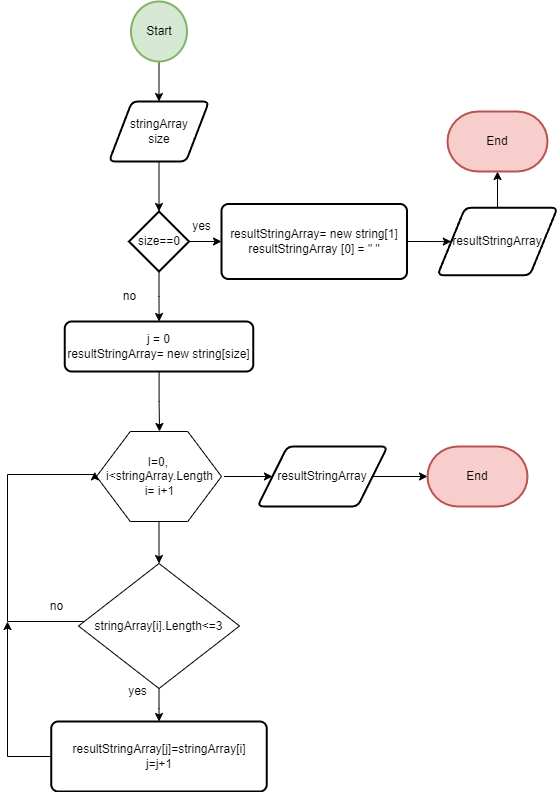
Earlier version of the draw.io export Second_flowchart.drawio.png (VladimirovMaxim/Final_Exam). Source tidied: cells renumbered, new cells last; positions are measured from the earlier drawing's top-left corner, leaving out a move shared by most shapes.
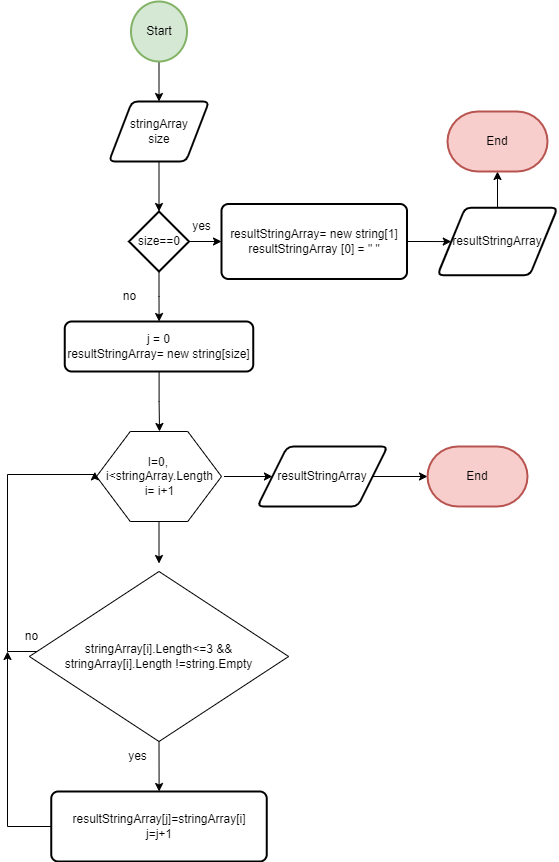
Later version of the same file.

Commit message:
Add condition stringArray != string.Empty into program and flowcharts

Change to the diagram source:
```diff
@@ -17,8 +17,10 @@
     <mxCell id="6" style="verticalLabelPosition=bottom;verticalAlign=top;html=1;shape=hexagon;perimeter=hexagonPerimeter2;arcSize=6;size=0.27;" parent="1" vertex="1">
       <mxGeometry x="89" y="430" width="125" height="90" as="geometry" />
     </mxCell>
-    <mxCell id="7" style="edgeStyle=orthogonalEdgeStyle;rounded=0;jettySize=auto;html=1;exitX=0.5;exitY=1;exitDx=0;exitDy=0;" parent="1" edge="1" source="6" target="12">
-      <mxGeometry relative="1" as="geometry" />
+    <mxCell id="7" style="edgeStyle=orthogonalEdgeStyle;rounded=0;jettySize=auto;html=1;exitX=0.5;exitY=1;exitDx=0;exitDy=0;" parent="1" edge="1" source="6">
+      <mxGeometry relative="1" as="geometry">
+        <mxPoint x="151.5" y="562" as="targetPoint" />
+      </mxGeometry>
     </mxCell>
     <mxCell id="8" style="edgeStyle=orthogonalEdgeStyle;rounded=0;jettySize=auto;html=1;" parent="1" edge="1" source="9" target="18">
       <mxGeometry relative="1" as="geometry" />
@@ -26,34 +28,35 @@
     <mxCell id="9" value="I=0, &lt;br&gt;i&amp;lt;stringArray.Length&lt;br&gt;i= i+1" style="text;html=1;align=center;verticalAlign=middle;points=[];strokeColor=none;fillColor=none;" parent="1" vertex="1">
       <mxGeometry x="86.5" y="445" width="130" height="60" as="geometry" />
     </mxCell>
-    <mxCell id="10" style="edgeStyle=orthogonalEdgeStyle;rounded=0;jettySize=auto;html=1;" parent="1" edge="1" source="12" target="14">
-      <mxGeometry relative="1" as="geometry" />
+    <mxCell id="10" style="edgeStyle=orthogonalEdgeStyle;rounded=0;jettySize=auto;html=1;" parent="1" edge="1" target="14">
+      <mxGeometry relative="1" as="geometry">
+        <mxPoint x="151.5" y="687" as="sourcePoint" />
+      </mxGeometry>
     </mxCell>
-    <mxCell id="11" style="edgeStyle=orthogonalEdgeStyle;rounded=0;jettySize=auto;html=1;entryX=0.006;entryY=0.422;entryDx=0;entryDy=0;entryPerimeter=0;" parent="1" edge="1" source="12" target="9">
+    <mxCell id="11" style="edgeStyle=orthogonalEdgeStyle;rounded=0;jettySize=auto;html=1;entryX=0.006;entryY=0.422;entryDx=0;entryDy=0;entryPerimeter=0;" parent="1" edge="1" target="9">
       <mxGeometry relative="1" as="geometry">
+        <mxPoint x="76.8" y="620" as="sourcePoint" />
         <Array as="points">
-          <mxPoint y="620" />
+          <mxPoint x="77" y="650" />
+          <mxPoint y="650" />
           <mxPoint y="473" />
           <mxPoint x="87" y="473" />
         </Array>
       </mxGeometry>
     </mxCell>
-    <mxCell id="12" value="stringArray[i].Length&amp;lt;=3" style="rhombus;whiteSpace=wrap;html=1;" parent="1" vertex="1">
-      <mxGeometry x="71" y="562" width="161" height="125" as="geometry" />
-    </mxCell>
     <mxCell id="13" style="edgeStyle=orthogonalEdgeStyle;rounded=0;jettySize=auto;html=1;" parent="1" edge="1" source="14">
       <mxGeometry relative="1" as="geometry">
-        <mxPoint y="620" as="targetPoint" />
+        <mxPoint y="650" as="targetPoint" />
       </mxGeometry>
     </mxCell>
     <mxCell id="14" value="resultStringArray[j]=stringArray[i]&lt;br&gt;j=j+1" style="rounded=1;whiteSpace=wrap;html=1;absoluteArcSize=1;arcSize=14;strokeWidth=2;" parent="1" vertex="1">
-      <mxGeometry x="43.8" y="720" width="215.5" height="70" as="geometry" />
+      <mxGeometry x="43.8" y="790" width="215.5" height="70" as="geometry" />
     </mxCell>
     <mxCell id="15" value="no" style="text;html=1;align=center;verticalAlign=middle;strokeColor=none;fillColor=none;" parent="1" vertex="1">
-      <mxGeometry x="28.5" y="590" width="40" height="30" as="geometry" />
+      <mxGeometry x="3.8" y="620" width="40" height="30" as="geometry" />
     </mxCell>
     <mxCell id="16" value="yes" style="text;html=1;align=center;verticalAlign=middle;strokeColor=none;fillColor=none;" parent="1" vertex="1">
-      <mxGeometry x="110" y="675" width="40" height="30" as="geometry" />
+      <mxGeometry x="110" y="740" width="40" height="30" as="geometry" />
     </mxCell>
     <mxCell id="17" style="edgeStyle=orthogonalEdgeStyle;rounded=0;jettySize=auto;html=1;" parent="1" edge="1" source="18" target="19">
       <mxGeometry relative="1" as="geometry" />
@@ -102,5 +105,8 @@
     <mxCell id="31" value="j = 0&lt;br&gt;resultStringArray= new string[size]" style="rounded=1;whiteSpace=wrap;html=1;absoluteArcSize=1;arcSize=14;strokeWidth=2;" parent="1" vertex="1">
       <mxGeometry x="57.2" y="320" width="188.5" height="50" as="geometry" />
     </mxCell>
+    <mxCell id="32" value="stringArray[i].Length&amp;lt;=3 &amp;amp;&amp;amp;&lt;br&gt;stringArray[i].Length !=string.Empty" style="rhombus;whiteSpace=wrap;html=1;" parent="1" vertex="1">
+      <mxGeometry x="21.9" y="570" width="259.2" height="170" as="geometry" />
+    </mxCell>
   </root>
 </mxGraphModel>
```
